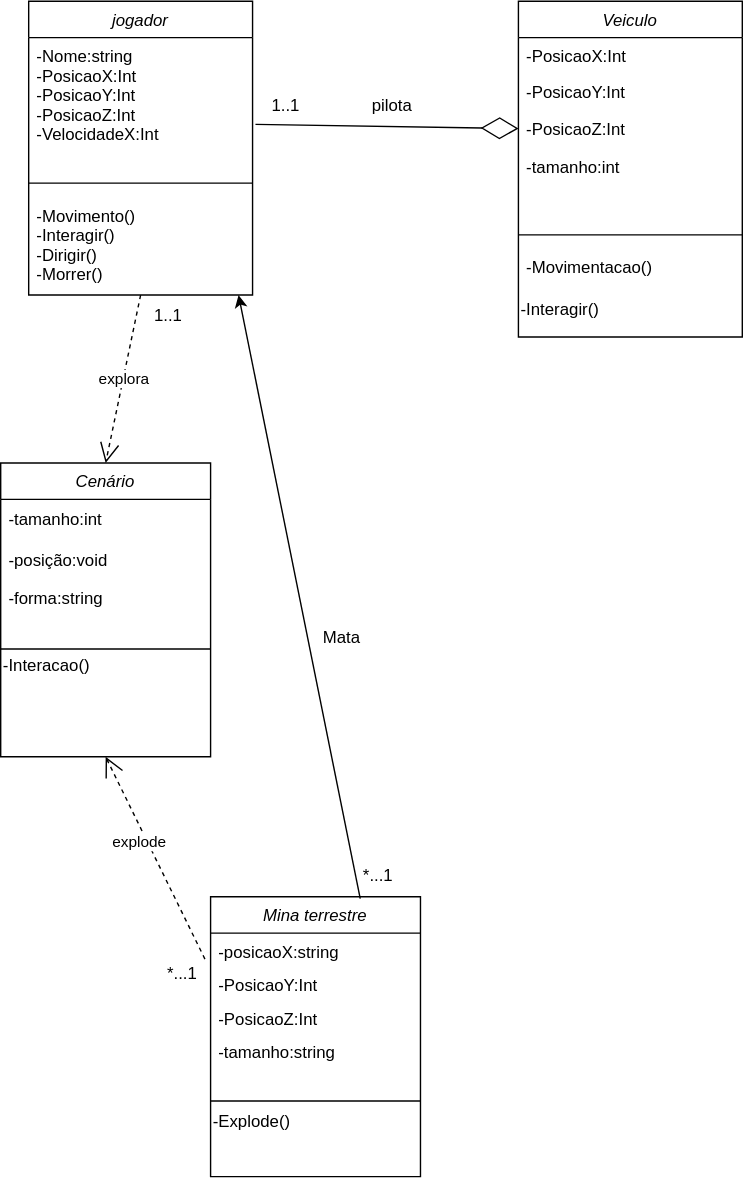
Above: diagramas/diagrama de classe Unity.drawio.svg in lucasnoelgb/2jdprojetomusica (draw.io), before the change. Source tidied: cells renumbered, new cells last; positions are measured from the earlier drawing's top-left corner, leaving out a move shared by most shapes.
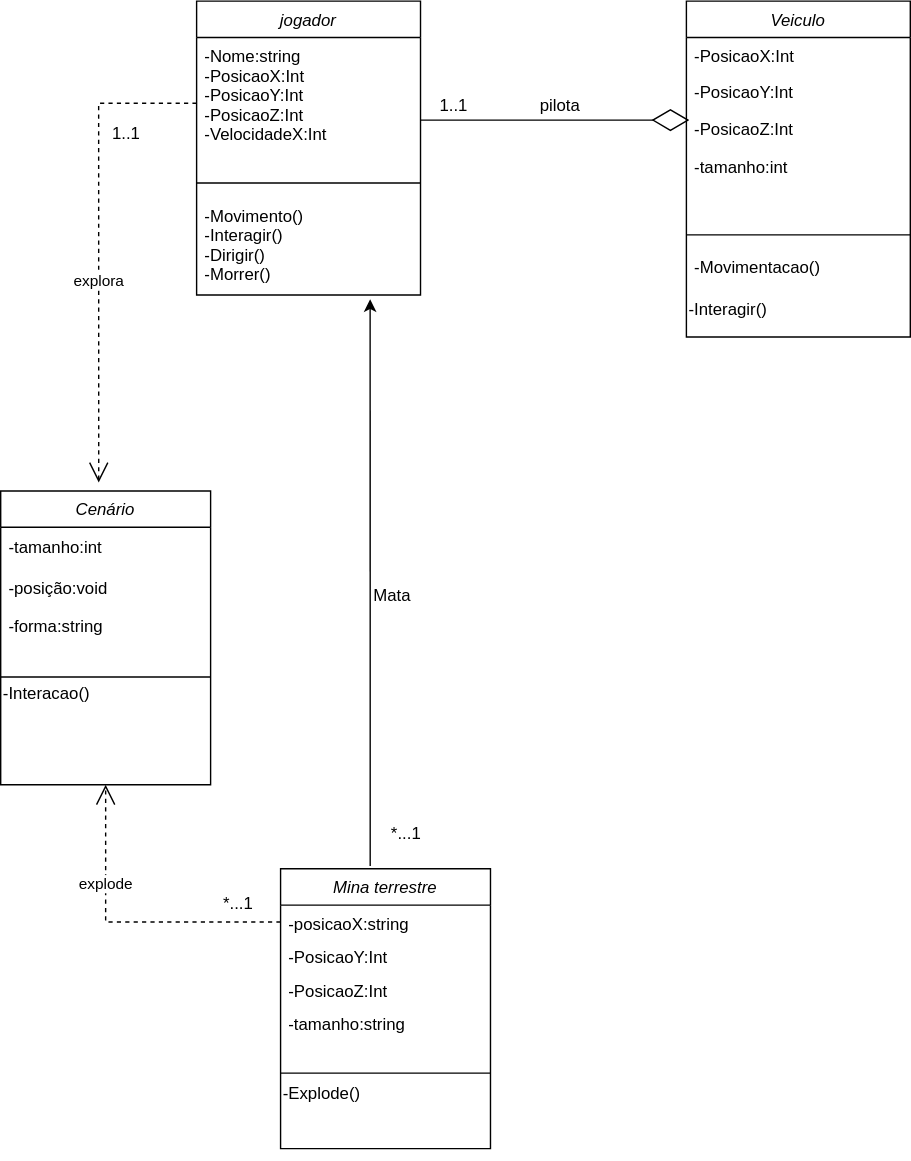
After the commit.

Commit message:
consertando ligações

Change to the diagram source:
```diff
@@ -15,7 +15,7 @@
       <mxGeometry y="140" width="160" height="60" as="geometry" />
     </mxCell>
     <mxCell id="6" value="Cenário" style="swimlane;fontStyle=2;align=center;verticalAlign=top;horizontal=1;startSize=26;rounded=0;shadow=0;strokeWidth=1;" parent="1" vertex="1">
-      <mxGeometry y="330" width="150" height="210" as="geometry" />
+      <mxGeometry x="-120" y="350" width="150" height="210" as="geometry" />
     </mxCell>
     <mxCell id="7" value="-tamanho:int" style="text;html=1;align=left;verticalAlign=middle;strokeColor=none;fillColor=none;spacingLeft=4;" parent="6" vertex="1">
       <mxGeometry y="26" width="150" height="30" as="geometry" />
@@ -60,7 +60,7 @@
       <mxGeometry y="230" width="160" height="10" as="geometry" />
     </mxCell>
     <mxCell id="21" value="Mina terrestre" style="swimlane;fontStyle=2;align=center;verticalAlign=top;horizontal=1;startSize=26;rounded=0;shadow=0;strokeWidth=1;" parent="1" vertex="1">
-      <mxGeometry x="150" y="640" width="150" height="200" as="geometry" />
+      <mxGeometry x="80" y="620" width="150" height="200" as="geometry" />
     </mxCell>
     <mxCell id="22" value="-posicaoX:string&#10;" style="text;align=left;verticalAlign=top;spacingLeft=4;spacingRight=4;overflow=hidden;points=[[0,0.5],[1,0.5]];portConstraint=eastwest;" parent="21" vertex="1">
       <mxGeometry y="26" width="150" height="24" as="geometry" />
@@ -83,37 +83,47 @@
     <mxCell id="28" value="-Explode()" style="text;html=1;strokeColor=none;fillColor=none;align=left;verticalAlign=bottom;whiteSpace=wrap;rounded=0;horizontal=1;labelPosition=center;verticalLabelPosition=top;" parent="21" vertex="1">
       <mxGeometry y="170" width="150" height="30" as="geometry" />
     </mxCell>
-    <mxCell id="29" value="explora&lt;br&gt;" style="endArrow=open;endSize=12;dashed=1;html=1;rounded=0;entryX=0.5;entryY=0;entryDx=0;entryDy=0;exitX=0.5;exitY=1;exitDx=0;exitDy=0;" parent="1" edge="1" source="2" target="6">
-      <mxGeometry relative="1" as="geometry" />
+    <mxCell id="29" value="explora&lt;br&gt;" style="endArrow=open;endSize=12;dashed=1;html=1;rounded=0;entryX=0.467;entryY=-0.029;entryDx=0;entryDy=0;entryPerimeter=0;exitX=0;exitY=0.5;exitDx=0;exitDy=0;" parent="1" edge="1" source="3" target="6">
+      <mxGeometry x="0.16" relative="1" as="geometry">
+        <Array as="points">
+          <mxPoint x="-50" y="73" />
+        </Array>
+      </mxGeometry>
     </mxCell>
-    <mxCell id="30" style="endArrow=diamondThin;endFill=0;endSize=24;html=1;rounded=0;entryX=0;entryY=0.5;entryDx=0;entryDy=0;exitX=1.013;exitY=0.66;exitDx=0;exitDy=0;exitPerimeter=0;" parent="1" edge="1" source="3" target="16">
-      <mxGeometry relative="1" as="geometry" />
+    <mxCell id="30" style="endArrow=diamondThin;endFill=0;endSize=24;html=1;rounded=0;entryX=0.013;entryY=0.269;entryDx=0;entryDy=0;entryPerimeter=0;" parent="1" edge="1" target="16">
+      <mxGeometry relative="1" as="geometry">
+        <mxPoint x="180" y="85" as="sourcePoint" />
+      </mxGeometry>
     </mxCell>
     <mxCell id="31" value="pilota&lt;br&gt;" style="text;html=1;strokeColor=none;fillColor=none;align=center;verticalAlign=middle;whiteSpace=wrap;rounded=0;" parent="1" vertex="1">
       <mxGeometry x="250" y="60" width="60" height="30" as="geometry" />
     </mxCell>
-    <mxCell id="32" value="explode" style="endArrow=open;endSize=12;dashed=1;html=1;rounded=0;entryX=0.5;entryY=1;entryDx=0;entryDy=0;exitX=-0.027;exitY=0.773;exitDx=0;exitDy=0;exitPerimeter=0;" parent="1" edge="1" source="22" target="6">
-      <mxGeometry x="0.19" y="5" relative="1" as="geometry" />
+    <mxCell id="32" value="explode" style="endArrow=open;endSize=12;dashed=1;html=1;rounded=0;entryX=0.5;entryY=1;entryDx=0;entryDy=0;exitX=0;exitY=0.5;exitDx=0;exitDy=0;" parent="1" edge="1" source="22" target="6">
+      <mxGeometry x="0.36" relative="1" as="geometry">
+        <Array as="points">
+          <mxPoint x="-45" y="658" />
+        </Array>
+      </mxGeometry>
     </mxCell>
-    <mxCell id="33" style="endArrow=classic;html=1;rounded=0;exitX=0.713;exitY=0.007;exitDx=0;exitDy=0;exitPerimeter=0;" parent="1" edge="1" source="21">
+    <mxCell id="33" style="endArrow=classic;html=1;rounded=0;exitX=0.427;exitY=-0.01;exitDx=0;exitDy=0;exitPerimeter=0;entryX=0.9;entryY=0.1;entryDx=0;entryDy=0;entryPerimeter=0;" parent="1" edge="1" source="21">
       <mxGeometry relative="1" as="geometry">
-        <mxPoint x="170" y="210" as="targetPoint" />
+        <mxPoint x="144" y="213" as="targetPoint" />
       </mxGeometry>
     </mxCell>
     <mxCell id="34" value="Mata" style="text;html=1;strokeColor=none;fillColor=none;align=center;verticalAlign=middle;whiteSpace=wrap;rounded=0;" parent="1" vertex="1">
-      <mxGeometry x="214" y="440" width="60" height="30" as="geometry" />
+      <mxGeometry x="130" y="410" width="60" height="30" as="geometry" />
     </mxCell>
     <mxCell id="35" value="1..1" style="text;html=1;strokeColor=none;fillColor=none;align=center;verticalAlign=middle;whiteSpace=wrap;rounded=0;" parent="1" vertex="1">
       <mxGeometry x="174" y="60" width="60" height="30" as="geometry" />
     </mxCell>
-    <mxCell id="36" value="1..1" style="text;html=1;strokeColor=none;fillColor=none;align=center;verticalAlign=middle;whiteSpace=wrap;rounded=0;" parent="1" vertex="1">
-      <mxGeometry x="90" y="210" width="60" height="30" as="geometry" />
-    </mxCell>
     <mxCell id="37" value="*...1" style="text;html=1;strokeColor=none;fillColor=none;align=center;verticalAlign=middle;whiteSpace=wrap;rounded=0;" parent="1" vertex="1">
-      <mxGeometry x="240" y="610" width="60" height="30" as="geometry" />
+      <mxGeometry x="140" y="580" width="60" height="30" as="geometry" />
     </mxCell>
     <mxCell id="38" value="*...1" style="text;html=1;strokeColor=none;fillColor=none;align=center;verticalAlign=middle;whiteSpace=wrap;rounded=0;" parent="1" vertex="1">
-      <mxGeometry x="100" y="680" width="60" height="30" as="geometry" />
+      <mxGeometry x="20" y="630" width="60" height="30" as="geometry" />
     </mxCell>
+    <mxCell id="36" value="1..1" style="text;html=1;strokeColor=none;fillColor=none;align=center;verticalAlign=middle;whiteSpace=wrap;rounded=0;" parent="1" vertex="1">
+      <mxGeometry x="-60" y="80" width="60" height="30" as="geometry" />
+    </mxCell>
   </root>
 </mxGraphModel>
```
